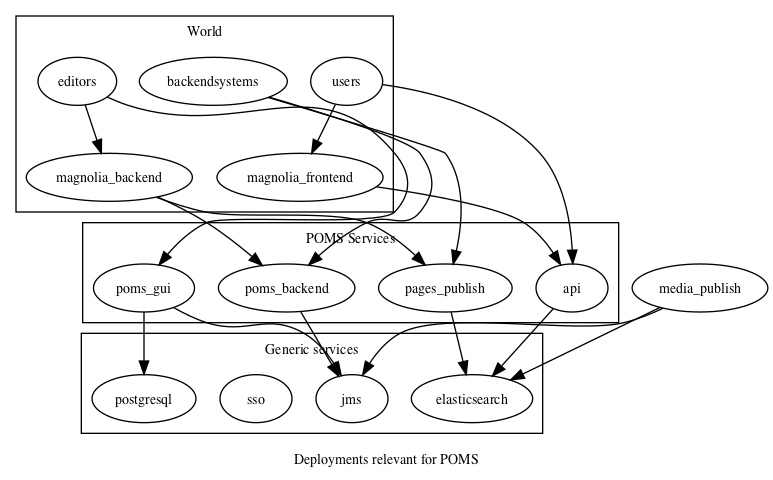
npo-poms/poms-parent keeps this Graphviz diagram as poms-deployment.png. Above is the earlier version. Its source is kept beside it as poms-deployment.dot.
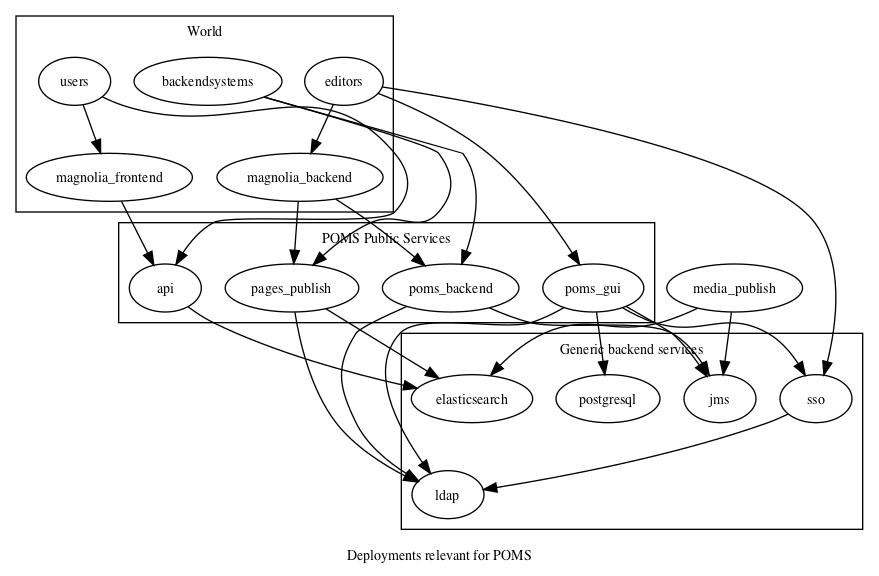
The same file after the commit.

What changed in the source:
```diff
@@ -2,8 +2,8 @@
 
     label="Deployments relevant for POMS";
     subgraph cluster_0  {
-        label="Generic services";
-        postgresql; elasticsearch; sso; jms;
+        label="Generic backend services";
+        postgresql; elasticsearch; sso; jms; ldap;
     }
 
     subgraph cluster_1  {
@@ -16,23 +16,23 @@
         users; backendsystems; editors;
     }
     subgraph cluster_3  {
-        label="POMS Services";
+        label="POMS Public Services";
         poms_gui; poms_backend; pages_publish; api;
     }
 
 
-   editors -> {magnolia_backend poms_gui}
+   editors -> {magnolia_backend poms_gui sso}
    users -> {magnolia_frontend api}
    backendsystems -> {poms_backend  pages_publish}
 
 
-    poms_gui -> { postgresql  jms }
+    poms_gui -> { postgresql jms sso ldap }
 
-    poms_backend -> { jms }
+    poms_backend -> { jms ldap}
 
     api -> { elasticsearch }
 
-    pages_publish -> { elasticsearch }
+    pages_publish -> { elasticsearch ldap}
 
     media_publish -> { elasticsearch jms }
 
@@ -41,5 +41,6 @@
 
     magnolia_frontend -> { api  };
 
+   sso -> ldap;
 
 }
```
